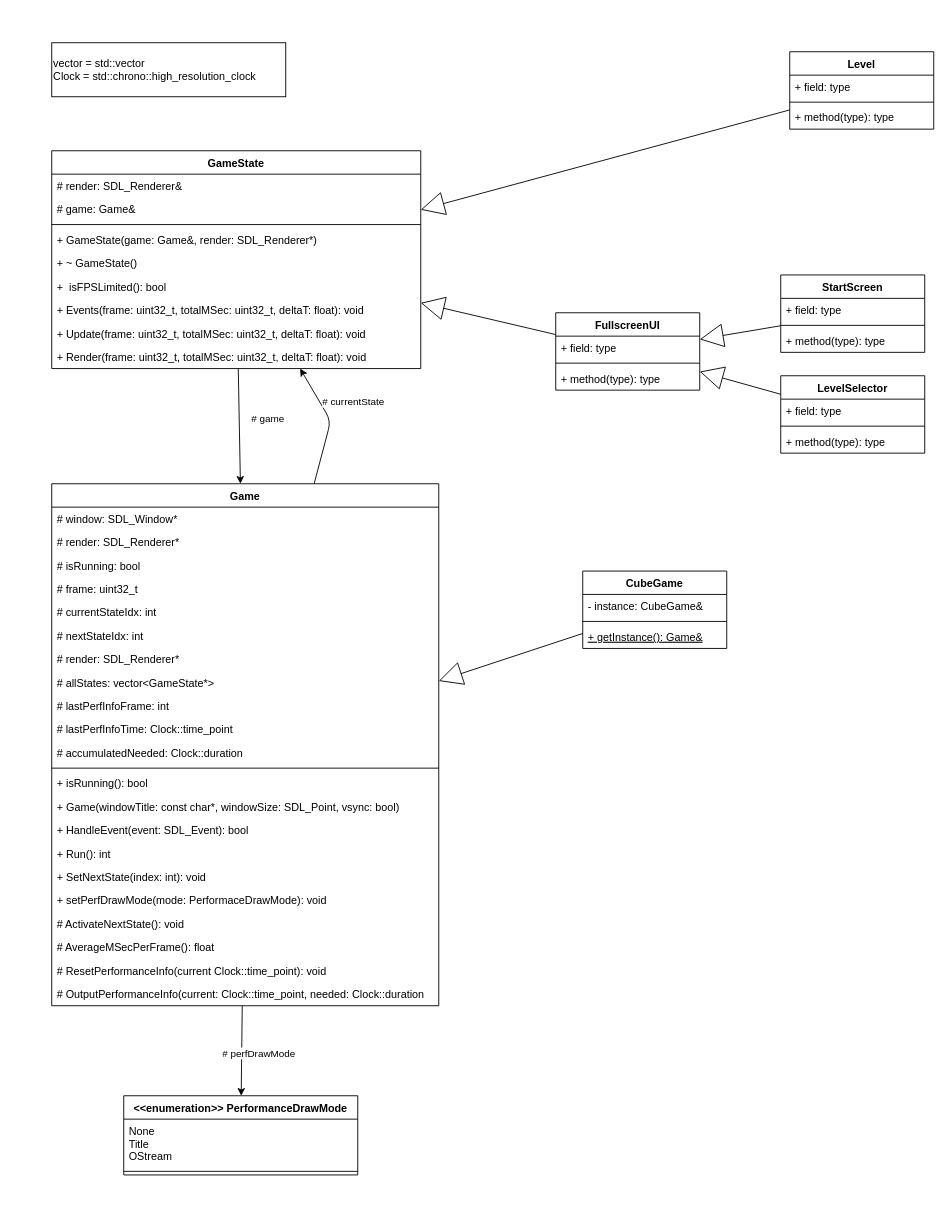
Before: classdiagram_test.drawio in Universumgames/cube_puzzle, a draw.io diagram. Source tidied: cells renumbered, new cells numbered last; positions are measured from the earlier drawing's top-left corner, leaving out a move shared by most shapes. Both pictures are drawn from the tidied source at 90%, with x=0, y=0 at pixel (15, 15).
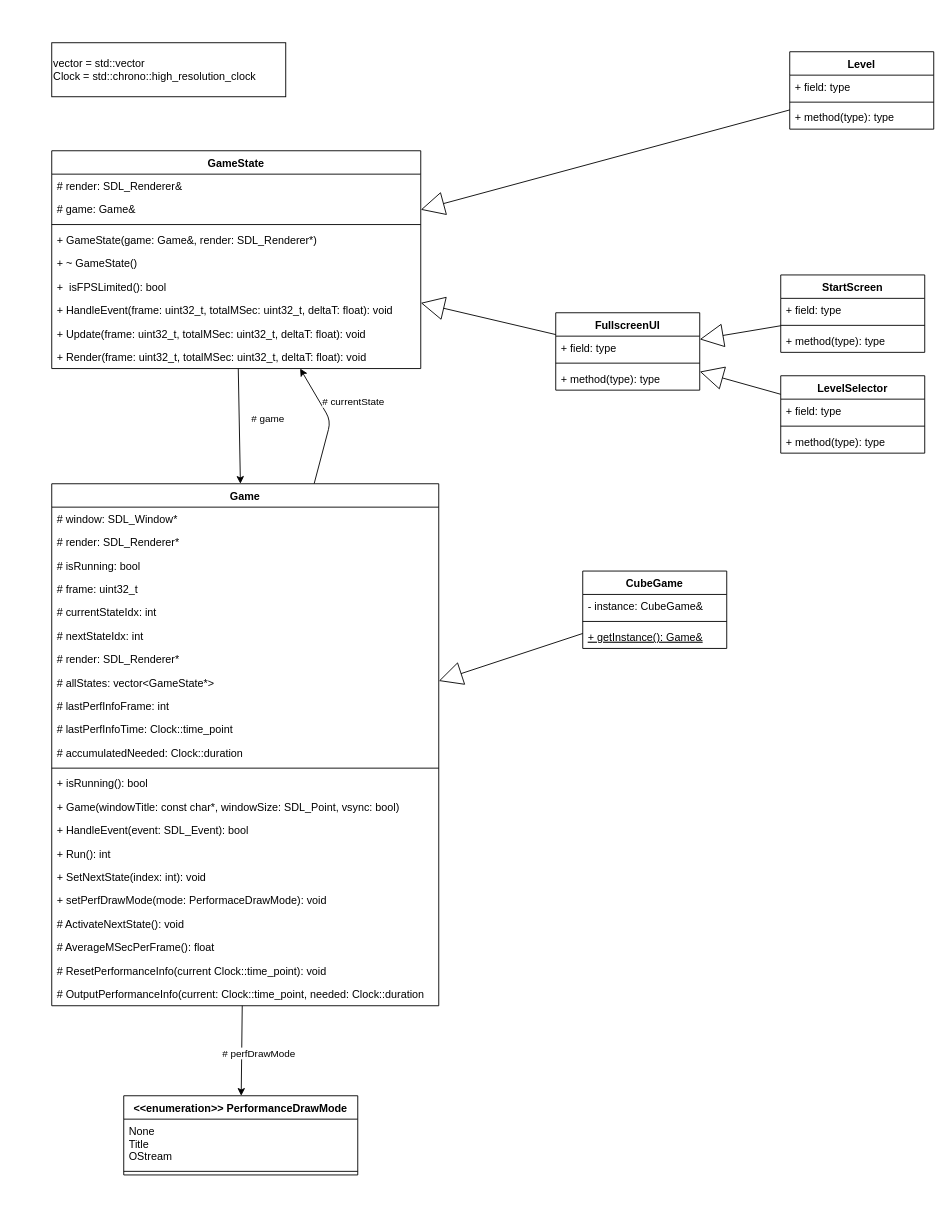
After the change.

Unchanged cells that the change refers to:
```xml
<mxCell id="29" value="GameState" style="swimlane;fontStyle=1;align=center;verticalAlign=top;horizontal=1;startSize=26;gradientColor=none;" parent="1" vertex="1">
  <mxGeometry x="40" y="150" width="410" height="242" as="geometry" />
</mxCell>
```

The edit, as a diff of the source:
```diff
@@
-    <mxCell id="36" value="+ Events(frame: uint32_t, totalMSec: uint32_t, deltaT: float): void" style="text;strokeColor=none;fillColor=none;align=left;verticalAlign=top;spacingLeft=4;spacingRight=4;overflow=hidden;" parent="29" vertex="1">
+    <mxCell id="36" value="+ HandleEvent(frame: uint32_t, totalMSec: uint32_t, deltaT: float): void" style="text;strokeColor=none;fillColor=none;align=left;verticalAlign=top;spacingLeft=4;spacingRight=4;overflow=hidden;" parent="29" vertex="1">
       <mxGeometry y="164" width="410" height="26" as="geometry" />
     </mxCell>
```
